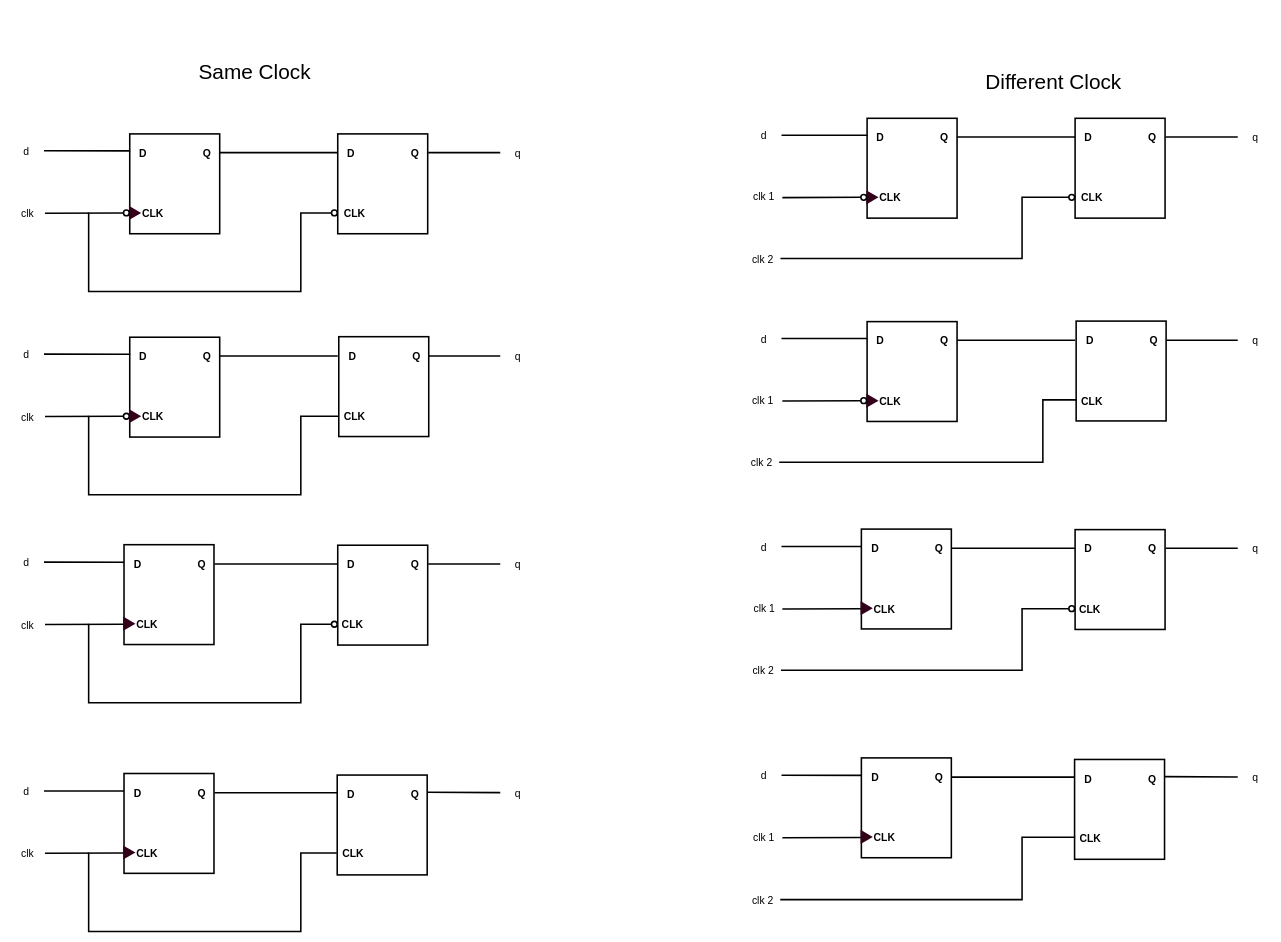
The draw.io diagram FF-Latch.drawio in T-Maharshi-Sanand-Yadav/draw.io, before the edit. Source tidied: cells renumbered, new cells numbered last; positions are measured from the earlier drawing's top-left corner, leaving out a move shared by most shapes. Both pictures are drawn from the tidied source at 52%, with x=0, y=0 at pixel (9, 56).
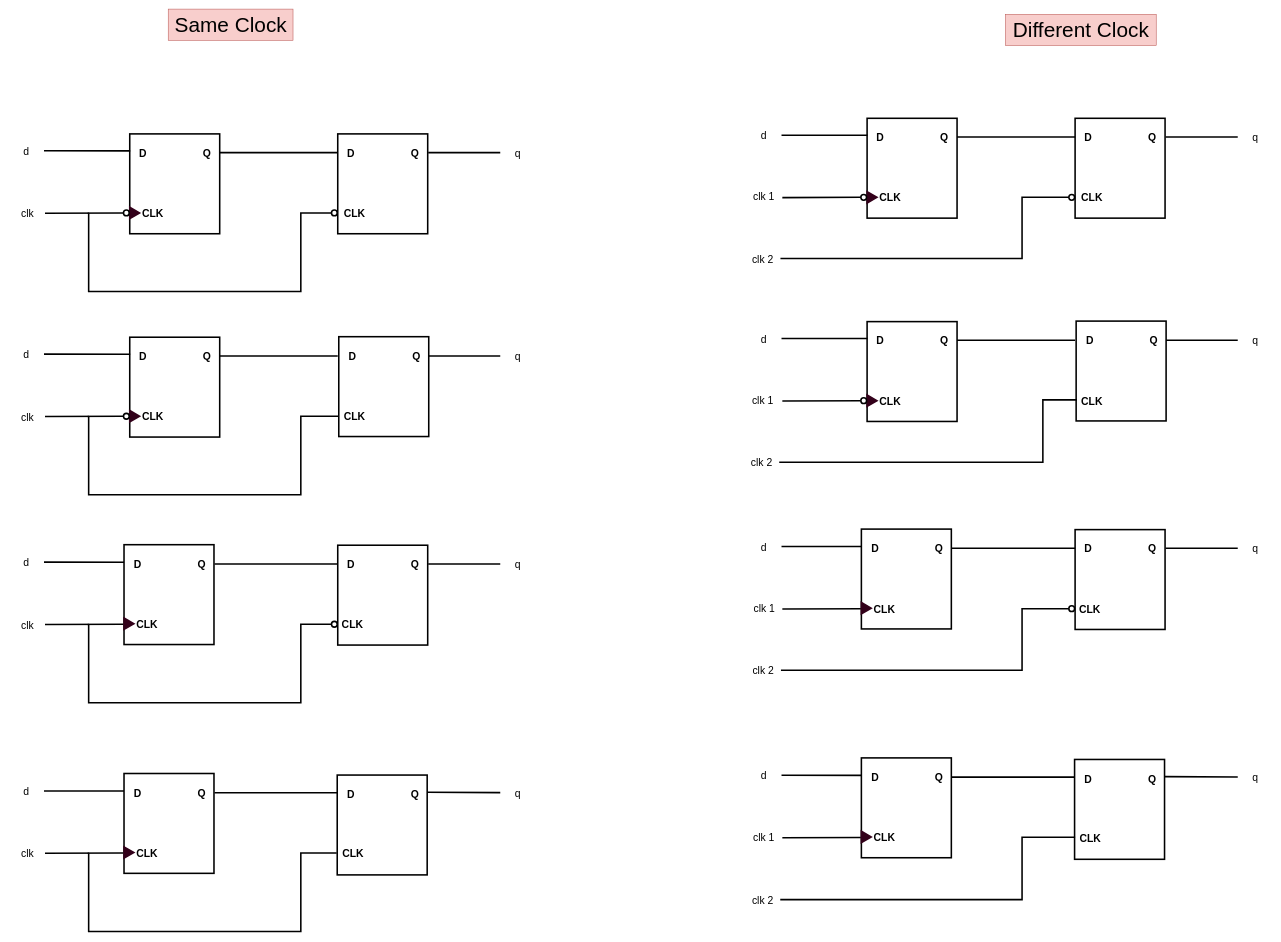
After the change.

What changed in the source:
```diff
@@
-    <mxCell id="150" value="&lt;font style=&quot;font-size: 40px;&quot;&gt;Same Clock&lt;/font&gt;" style="text;html=1;align=center;verticalAlign=middle;strokeColor=none;fillColor=none;" parent="1" vertex="1">
-      <mxGeometry x="352" width="240" height="60" as="geometry" />
+    <mxCell id="150" value="&lt;font style=&quot;font-size: 40px;&quot;&gt;Same Clock&lt;/font&gt;" style="text;html=1;align=center;verticalAlign=middle;strokeColor=#b85450;fillColor=#f8cecc;" parent="1" vertex="1">
+      <mxGeometry x="306" y="-90" width="240" height="60" as="geometry" />
     </mxCell>
-    <mxCell id="151" value="&lt;font style=&quot;font-size: 40px;&quot;&gt;Different Clock&lt;/font&gt;" style="text;html=1;align=center;verticalAlign=middle;strokeColor=none;fillColor=none;" parent="1" vertex="1">
-      <mxGeometry x="1863" y="20" width="290" height="60" as="geometry" />
+    <mxCell id="151" value="&lt;font style=&quot;font-size: 40px;&quot;&gt;Different Clock&lt;/font&gt;" style="text;html=1;align=center;verticalAlign=middle;strokeColor=#b85450;fillColor=#f8cecc;" parent="1" vertex="1">
+      <mxGeometry x="1916" y="-80" width="290" height="60" as="geometry" />
     </mxCell>
```
